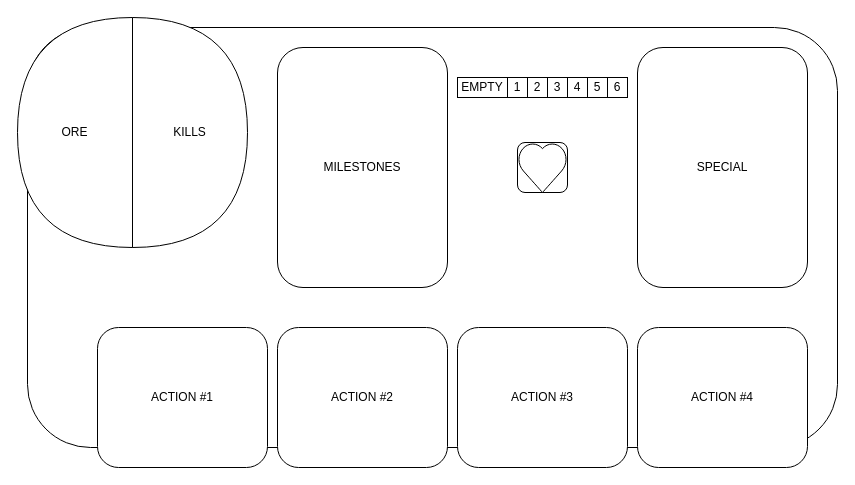
This is DRBG_PBoard.drawio from eldritch-bender/DRBG, a draw.io file, before an edit. Source tidied: cells renumbered, new cells numbered last; positions are measured from the earlier drawing's top-left corner, leaving out a move shared by most shapes. Both pictures are drawn from the tidied source at 100%, with x=0, y=0 at pixel (17, 17).
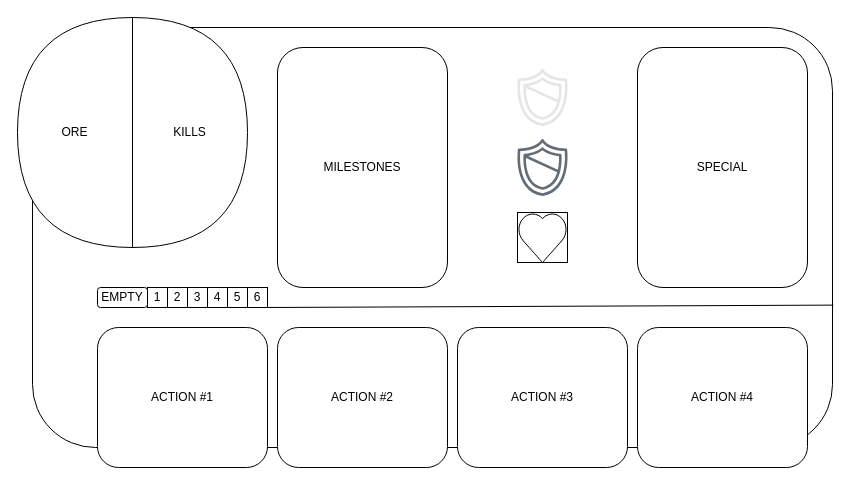
Above is the later version.

The edit, as a diff of the source:
```diff
@@
     <mxCell id="2" style="rounded=1;whiteSpace=wrap;html=1;" parent="1" vertex="1">
-      <mxGeometry x="10" y="10" width="810" height="420" as="geometry" />
+      <mxGeometry x="15" y="10" width="800" height="420" as="geometry" />
     </mxCell>
@@
     <mxCell id="9" style="group;rounded=1;" parent="1" vertex="1">
-      <mxGeometry x="440" y="60" width="170" height="20" as="geometry" />
+      <mxGeometry x="80" y="270" width="170" height="20" as="geometry" />
     </mxCell>
@@
-    <mxCell id="16" value="EMPTY" style="rounded=0;whiteSpace=wrap;html=1;" parent="9" vertex="1">
+    <mxCell id="16" value="EMPTY" style="rounded=1;whiteSpace=wrap;html=1;" parent="9" vertex="1">
       <mxGeometry width="50" height="20" as="geometry" />
     </mxCell>
-    <mxCell id="17" style="group;rounded=0;glass=0;" parent="1" vertex="1">
-      <mxGeometry x="500" y="125" width="50" height="50" as="geometry" />
+    <mxCell id="17" style="group;rounded=0;glass=0;strokeColor=default;strokeWidth=1;perimeterSpacing=0;" parent="1" vertex="1">
+      <mxGeometry x="500" y="195" width="50" height="50" as="geometry" />
     </mxCell>
-    <mxCell id="18" style="rounded=1;whiteSpace=wrap;html=1;" parent="17" vertex="1">
-      <mxGeometry width="50" height="50" as="geometry" />
-    </mxCell>
@@
+    <mxCell id="23" style="sketch=0;fontColor=#232F3E;gradientColor=none;fillColor=#232F3D;strokeColor=none;dashed=0;verticalLabelPosition=bottom;verticalAlign=top;align=center;html=1;fontSize=12;fontStyle=0;shape=mxgraph.aws4.shield2;opacity=70;" parent="1" vertex="1">
+      <mxGeometry x="495" y="120" width="60" height="60" as="geometry" />
+    </mxCell>
+    <mxCell id="24" style="sketch=0;fontColor=#232F3E;gradientColor=none;fillColor=#000000;strokeColor=none;dashed=0;verticalLabelPosition=bottom;verticalAlign=top;align=center;html=1;fontSize=12;fontStyle=0;shape=mxgraph.aws4.shield2;gradientDirection=west;opacity=10;" parent="1" vertex="1">
+      <mxGeometry x="495" y="50" width="60" height="60" as="geometry" />
+    </mxCell>
+    <mxCell id="25" style="endArrow=none;html=1;rounded=0;entryX=1.001;entryY=0.661;entryDx=0;entryDy=0;entryPerimeter=0;" parent="1" edge="1" target="2">
+      <mxGeometry relative="1" as="geometry">
+        <mxPoint x="250" y="290" as="sourcePoint" />
+      </mxGeometry>
+    </mxCell>
```
